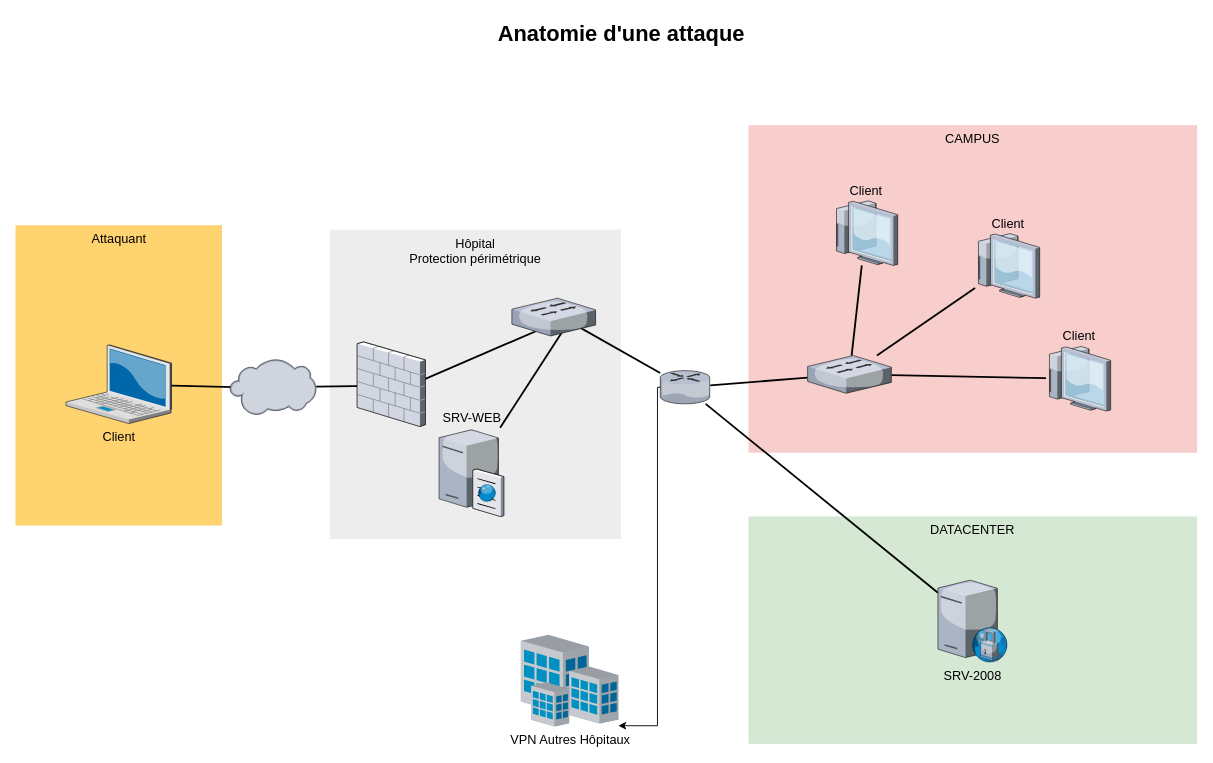
Earlier version of the draw.io diagram anatomie-attack.drawio (ebsd/drawio). Source tidied: cells renumbered, new cells numbered last; positions are measured from the earlier drawing's top-left corner, leaving out a move shared by most shapes. Both pictures are drawn from the tidied source at 91%, with x=0, y=0 at pixel (15, 15).
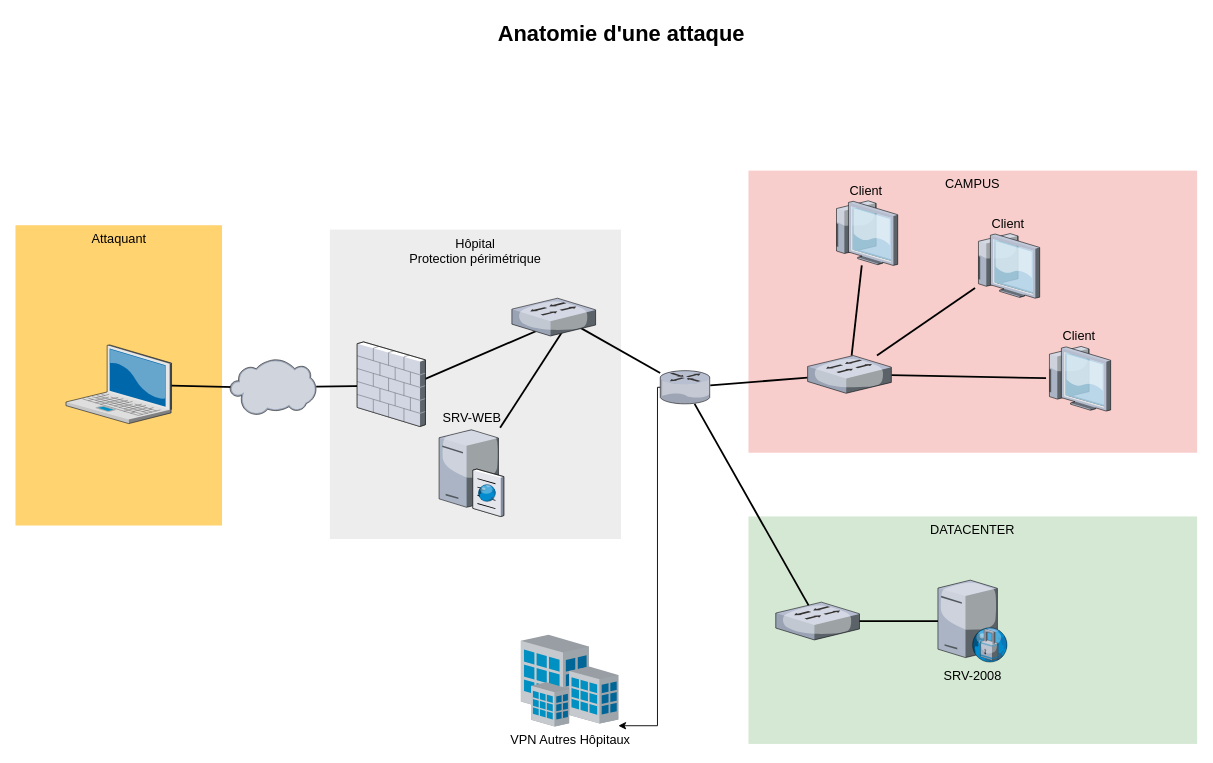
The same page after the edit.

The change refers to these unchanged cells:
```xml
<mxCell id="10" style="verticalLabelPosition=bottom;html=1;verticalAlign=top;strokeColor=none;shape=mxgraph.citrix.router;fillColor=#66B2FF;gradientColor=#0066CC;fontSize=14;" parent="1" vertex="1">
  <mxGeometry x="709" y="389.8" width="55" height="36.5" as="geometry" />
</mxCell>
<mxCell id="14" value="SRV-2008" style="verticalLabelPosition=bottom;html=1;verticalAlign=top;strokeColor=none;shape=mxgraph.citrix.proxy_server;fillColor=#66B2FF;gradientColor=#0066CC;fontSize=14;" parent="1" vertex="1">
  <mxGeometry x="1014.2" y="620" width="76.5" height="90" as="geometry" />
</mxCell>
```

What changed in the source:
```diff
@@
     <mxCell id="2" value="CAMPUS" style="whiteSpace=wrap;html=1;fillColor=#f8cecc;fontSize=14;strokeColor=none;verticalAlign=top;" parent="1" vertex="1">
-      <mxGeometry x="806" y="120" width="493" height="360" as="geometry" />
+      <mxGeometry x="806" y="170" width="493" height="310" as="geometry" />
     </mxCell>
@@
-    <mxCell id="7" value="Client" style="verticalLabelPosition=bottom;html=1;verticalAlign=top;strokeColor=none;shape=mxgraph.citrix.laptop_2;fillColor=#66B2FF;gradientColor=#0066CC;fontSize=14;" parent="1" vertex="1">
+    <mxCell id="7" style="verticalLabelPosition=bottom;html=1;verticalAlign=top;strokeColor=none;shape=mxgraph.citrix.laptop_2;fillColor=#66B2FF;gradientColor=#0066CC;fontSize=14;" parent="1" vertex="1">
       <mxGeometry x="56" y="361.5" width="116" height="86.5" as="geometry" />
     </mxCell>
@@
-    <mxCell id="9" style="edgeStyle=none;rounded=0;html=1;startSize=10;endSize=10;jettySize=auto;fontSize=14;endArrow=none;endFill=0;strokeWidth=2;" parent="1" edge="1" source="10" target="14">
+    <mxCell id="9" style="edgeStyle=none;rounded=0;html=1;startSize=10;endSize=10;jettySize=auto;fontSize=14;endArrow=none;endFill=0;strokeWidth=2;entryX=0.522;entryY=0.596;entryDx=0;entryDy=0;entryPerimeter=0;" parent="1" edge="1" source="10" target="30">
       <mxGeometry relative="1" as="geometry" />
     </mxCell>
@@
+    <mxCell id="30" style="verticalLabelPosition=bottom;html=1;verticalAlign=top;strokeColor=none;shape=mxgraph.citrix.switch;fillColor=#66B2FF;gradientColor=#0066CC;fontSize=14;" parent="1" vertex="1">
+      <mxGeometry x="836" y="644.2" width="92" height="41.5" as="geometry" />
+    </mxCell>
+    <mxCell id="31" style="edgeStyle=none;rounded=0;html=1;startSize=10;endSize=10;jettySize=auto;fontSize=14;endArrow=none;endFill=0;strokeWidth=2;" parent="1" edge="1" source="30" target="14">
+      <mxGeometry relative="1" as="geometry" />
+    </mxCell>
```
